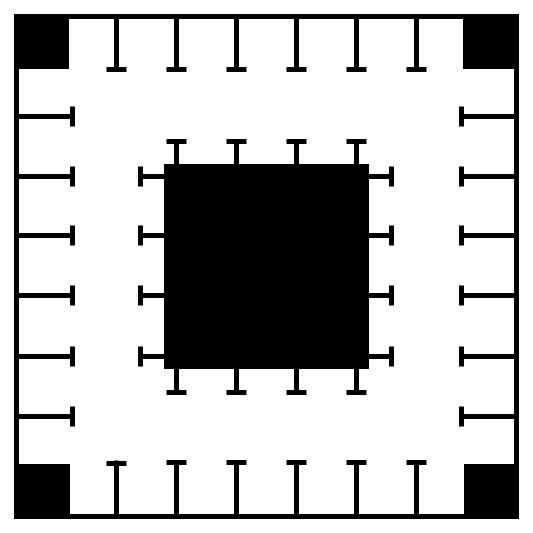
This is slam/office.drawio from LeAnhChien-1903/dwa_multi_robot, a draw.io file, before an edit. Source tidied: cells renumbered, new cells numbered last; positions are measured from the earlier drawing's top-left corner, leaving out a move shared by most shapes. Both pictures are drawn from the tidied source at 100%, with x=0, y=0 at pixel (16, 16).
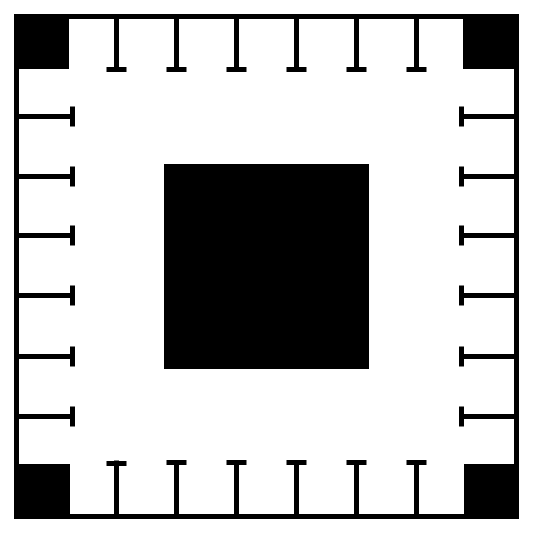
The same page after the edit.

What changed in the source:
```diff
@@
-    <mxCell id="56" style="endArrow=none;html=1;rounded=0;labelBackgroundColor=default;strokeColor=default;strokeWidth=5;align=center;verticalAlign=middle;fontFamily=Helvetica;fontSize=12;fontColor=default;shape=connector;" parent="1" edge="1">
-      <mxGeometry relative="1" as="geometry">
-        <mxPoint x="177" y="160" as="sourcePoint" />
-        <mxPoint x="122" y="160" as="targetPoint" />
-      </mxGeometry>
-    </mxCell>
-    <mxCell id="57" style="endArrow=none;html=1;rounded=0;labelBackgroundColor=default;strokeColor=default;strokeWidth=5;align=center;verticalAlign=middle;fontFamily=Helvetica;fontSize=12;fontColor=default;shape=connector;" parent="1" edge="1">
-      <mxGeometry relative="1" as="geometry">
-        <mxPoint x="177" y="219" as="sourcePoint" />
-        <mxPoint x="122" y="219" as="targetPoint" />
-      </mxGeometry>
-    </mxCell>
-    <mxCell id="58" style="endArrow=none;html=1;rounded=0;labelBackgroundColor=default;strokeColor=default;strokeWidth=5;align=center;verticalAlign=middle;fontFamily=Helvetica;fontSize=12;fontColor=default;shape=connector;" parent="1" edge="1">
-      <mxGeometry relative="1" as="geometry">
-        <mxPoint x="177" y="279" as="sourcePoint" />
-        <mxPoint x="122" y="279" as="targetPoint" />
-      </mxGeometry>
-    </mxCell>
-    <mxCell id="59" style="endArrow=none;html=1;rounded=0;labelBackgroundColor=default;strokeColor=default;strokeWidth=5;align=center;verticalAlign=middle;fontFamily=Helvetica;fontSize=12;fontColor=default;shape=connector;" parent="1" edge="1">
-      <mxGeometry relative="1" as="geometry">
-        <mxPoint x="177" y="340" as="sourcePoint" />
-        <mxPoint x="122" y="340" as="targetPoint" />
-      </mxGeometry>
-    </mxCell>
-    <mxCell id="60" style="endArrow=none;html=1;rounded=0;labelBackgroundColor=default;strokeColor=default;strokeWidth=5;align=center;verticalAlign=middle;fontFamily=Helvetica;fontSize=12;fontColor=default;shape=connector;" parent="1" edge="1">
-      <mxGeometry relative="1" as="geometry">
-        <mxPoint x="124" y="170" as="sourcePoint" />
-        <mxPoint x="124" y="150" as="targetPoint" />
-      </mxGeometry>
-    </mxCell>
-    <mxCell id="61" style="endArrow=none;html=1;rounded=0;labelBackgroundColor=default;strokeColor=default;strokeWidth=5;align=center;verticalAlign=middle;fontFamily=Helvetica;fontSize=12;fontColor=default;shape=connector;" parent="1" edge="1">
-      <mxGeometry relative="1" as="geometry">
-        <mxPoint x="124" y="229" as="sourcePoint" />
-        <mxPoint x="124" y="209" as="targetPoint" />
-      </mxGeometry>
-    </mxCell>
-    <mxCell id="62" style="endArrow=none;html=1;rounded=0;labelBackgroundColor=default;strokeColor=default;strokeWidth=5;align=center;verticalAlign=middle;fontFamily=Helvetica;fontSize=12;fontColor=default;shape=connector;" parent="1" edge="1">
-      <mxGeometry relative="1" as="geometry">
-        <mxPoint x="124" y="289" as="sourcePoint" />
-        <mxPoint x="124" y="269" as="targetPoint" />
-      </mxGeometry>
-    </mxCell>
-    <mxCell id="63" style="endArrow=none;html=1;rounded=0;labelBackgroundColor=default;strokeColor=default;strokeWidth=5;align=center;verticalAlign=middle;fontFamily=Helvetica;fontSize=12;fontColor=default;shape=connector;" parent="1" edge="1">
-      <mxGeometry relative="1" as="geometry">
-        <mxPoint x="124" y="350" as="sourcePoint" />
-        <mxPoint x="124" y="330" as="targetPoint" />
-      </mxGeometry>
-    </mxCell>
-    <mxCell id="64" style="endArrow=none;html=1;rounded=0;labelBackgroundColor=default;strokeColor=default;strokeWidth=5;align=center;verticalAlign=middle;fontFamily=Helvetica;fontSize=12;fontColor=default;shape=connector;" parent="1" edge="1">
-      <mxGeometry relative="1" as="geometry">
-        <mxPoint x="160" y="378" as="sourcePoint" />
-        <mxPoint x="160" y="323" as="targetPoint" />
-      </mxGeometry>
-    </mxCell>
-    <mxCell id="65" style="endArrow=none;html=1;rounded=0;labelBackgroundColor=default;strokeColor=default;strokeWidth=5;align=center;verticalAlign=middle;fontFamily=Helvetica;fontSize=12;fontColor=default;shape=connector;" parent="1" edge="1">
-      <mxGeometry relative="1" as="geometry">
-        <mxPoint x="170" y="376" as="sourcePoint" />
-        <mxPoint x="150" y="376" as="targetPoint" />
-      </mxGeometry>
-    </mxCell>
-    <mxCell id="66" style="endArrow=none;html=1;rounded=0;labelBackgroundColor=default;strokeColor=default;strokeWidth=5;align=center;verticalAlign=middle;fontFamily=Helvetica;fontSize=12;fontColor=default;shape=connector;" parent="1" edge="1">
-      <mxGeometry relative="1" as="geometry">
-        <mxPoint x="220" y="378" as="sourcePoint" />
-        <mxPoint x="220" y="323" as="targetPoint" />
-      </mxGeometry>
-    </mxCell>
-    <mxCell id="67" style="endArrow=none;html=1;rounded=0;labelBackgroundColor=default;strokeColor=default;strokeWidth=5;align=center;verticalAlign=middle;fontFamily=Helvetica;fontSize=12;fontColor=default;shape=connector;" parent="1" edge="1">
-      <mxGeometry relative="1" as="geometry">
-        <mxPoint x="230" y="376" as="sourcePoint" />
-        <mxPoint x="210" y="376" as="targetPoint" />
-      </mxGeometry>
-    </mxCell>
-    <mxCell id="68" style="endArrow=none;html=1;rounded=0;labelBackgroundColor=default;strokeColor=default;strokeWidth=5;align=center;verticalAlign=middle;fontFamily=Helvetica;fontSize=12;fontColor=default;shape=connector;" parent="1" edge="1">
-      <mxGeometry relative="1" as="geometry">
-        <mxPoint x="280" y="378" as="sourcePoint" />
-        <mxPoint x="280" y="323" as="targetPoint" />
-      </mxGeometry>
-    </mxCell>
-    <mxCell id="69" style="endArrow=none;html=1;rounded=0;labelBackgroundColor=default;strokeColor=default;strokeWidth=5;align=center;verticalAlign=middle;fontFamily=Helvetica;fontSize=12;fontColor=default;shape=connector;" parent="1" edge="1">
-      <mxGeometry relative="1" as="geometry">
-        <mxPoint x="290" y="376" as="sourcePoint" />
-        <mxPoint x="270" y="376" as="targetPoint" />
-      </mxGeometry>
-    </mxCell>
-    <mxCell id="70" style="endArrow=none;html=1;rounded=0;labelBackgroundColor=default;strokeColor=default;strokeWidth=5;align=center;verticalAlign=middle;fontFamily=Helvetica;fontSize=12;fontColor=default;shape=connector;" parent="1" edge="1">
-      <mxGeometry relative="1" as="geometry">
-        <mxPoint x="340" y="378" as="sourcePoint" />
-        <mxPoint x="340" y="323" as="targetPoint" />
-      </mxGeometry>
-    </mxCell>
-    <mxCell id="71" style="endArrow=none;html=1;rounded=0;labelBackgroundColor=default;strokeColor=default;strokeWidth=5;align=center;verticalAlign=middle;fontFamily=Helvetica;fontSize=12;fontColor=default;shape=connector;" parent="1" edge="1">
-      <mxGeometry relative="1" as="geometry">
-        <mxPoint x="350" y="376" as="sourcePoint" />
-        <mxPoint x="330" y="376" as="targetPoint" />
-      </mxGeometry>
-    </mxCell>
-    <mxCell id="72" style="endArrow=none;html=1;rounded=0;labelBackgroundColor=default;strokeColor=default;strokeWidth=5;align=center;verticalAlign=middle;fontFamily=Helvetica;fontSize=12;fontColor=default;shape=connector;" parent="1" edge="1">
-      <mxGeometry relative="1" as="geometry">
-        <mxPoint x="160" y="178" as="sourcePoint" />
-        <mxPoint x="160" y="123" as="targetPoint" />
-      </mxGeometry>
-    </mxCell>
-    <mxCell id="73" style="endArrow=none;html=1;rounded=0;labelBackgroundColor=default;strokeColor=default;strokeWidth=5;align=center;verticalAlign=middle;fontFamily=Helvetica;fontSize=12;fontColor=default;shape=connector;" parent="1" edge="1">
-      <mxGeometry relative="1" as="geometry">
-        <mxPoint x="220" y="178" as="sourcePoint" />
-        <mxPoint x="220" y="123" as="targetPoint" />
-      </mxGeometry>
-    </mxCell>
-    <mxCell id="74" style="endArrow=none;html=1;rounded=0;labelBackgroundColor=default;strokeColor=default;strokeWidth=5;align=center;verticalAlign=middle;fontFamily=Helvetica;fontSize=12;fontColor=default;shape=connector;" parent="1" edge="1">
-      <mxGeometry relative="1" as="geometry">
-        <mxPoint x="280" y="178" as="sourcePoint" />
-        <mxPoint x="280" y="123" as="targetPoint" />
-      </mxGeometry>
-    </mxCell>
-    <mxCell id="75" style="endArrow=none;html=1;rounded=0;labelBackgroundColor=default;strokeColor=default;strokeWidth=5;align=center;verticalAlign=middle;fontFamily=Helvetica;fontSize=12;fontColor=default;shape=connector;" parent="1" edge="1">
-      <mxGeometry relative="1" as="geometry">
-        <mxPoint x="340" y="178" as="sourcePoint" />
-        <mxPoint x="340" y="123" as="targetPoint" />
-      </mxGeometry>
-    </mxCell>
-    <mxCell id="76" style="endArrow=none;html=1;rounded=0;labelBackgroundColor=default;strokeColor=default;strokeWidth=5;align=center;verticalAlign=middle;fontFamily=Helvetica;fontSize=12;fontColor=default;shape=connector;" parent="1" edge="1">
-      <mxGeometry relative="1" as="geometry">
-        <mxPoint x="170" y="125" as="sourcePoint" />
-        <mxPoint x="150" y="125" as="targetPoint" />
-      </mxGeometry>
-    </mxCell>
-    <mxCell id="77" style="endArrow=none;html=1;rounded=0;labelBackgroundColor=default;strokeColor=default;strokeWidth=5;align=center;verticalAlign=middle;fontFamily=Helvetica;fontSize=12;fontColor=default;shape=connector;" parent="1" edge="1">
-      <mxGeometry relative="1" as="geometry">
-        <mxPoint x="230" y="125" as="sourcePoint" />
-        <mxPoint x="210" y="125" as="targetPoint" />
-      </mxGeometry>
-    </mxCell>
-    <mxCell id="78" style="endArrow=none;html=1;rounded=0;labelBackgroundColor=default;strokeColor=default;strokeWidth=5;align=center;verticalAlign=middle;fontFamily=Helvetica;fontSize=12;fontColor=default;shape=connector;" parent="1" edge="1">
-      <mxGeometry relative="1" as="geometry">
-        <mxPoint x="290" y="125" as="sourcePoint" />
-        <mxPoint x="270" y="125" as="targetPoint" />
-      </mxGeometry>
-    </mxCell>
-    <mxCell id="79" style="endArrow=none;html=1;rounded=0;labelBackgroundColor=default;strokeColor=default;strokeWidth=5;align=center;verticalAlign=middle;fontFamily=Helvetica;fontSize=12;fontColor=default;shape=connector;" parent="1" edge="1">
-      <mxGeometry relative="1" as="geometry">
-        <mxPoint x="350" y="125" as="sourcePoint" />
-        <mxPoint x="330" y="125" as="targetPoint" />
-      </mxGeometry>
-    </mxCell>
-    <mxCell id="80" style="endArrow=none;html=1;rounded=0;labelBackgroundColor=default;strokeColor=default;strokeWidth=5;align=center;verticalAlign=middle;fontFamily=Helvetica;fontSize=12;fontColor=default;shape=connector;" parent="1" edge="1">
-      <mxGeometry relative="1" as="geometry">
-        <mxPoint x="374" y="160" as="sourcePoint" />
-        <mxPoint x="319" y="160" as="targetPoint" />
-      </mxGeometry>
-    </mxCell>
-    <mxCell id="81" style="endArrow=none;html=1;rounded=0;labelBackgroundColor=default;strokeColor=default;strokeWidth=5;align=center;verticalAlign=middle;fontFamily=Helvetica;fontSize=12;fontColor=default;shape=connector;" parent="1" edge="1">
-      <mxGeometry relative="1" as="geometry">
-        <mxPoint x="375" y="170" as="sourcePoint" />
-        <mxPoint x="375" y="150" as="targetPoint" />
-      </mxGeometry>
-    </mxCell>
-    <mxCell id="82" style="endArrow=none;html=1;rounded=0;labelBackgroundColor=default;strokeColor=default;strokeWidth=5;align=center;verticalAlign=middle;fontFamily=Helvetica;fontSize=12;fontColor=default;shape=connector;" parent="1" edge="1">
-      <mxGeometry relative="1" as="geometry">
-        <mxPoint x="374" y="219" as="sourcePoint" />
-        <mxPoint x="319" y="219" as="targetPoint" />
-      </mxGeometry>
-    </mxCell>
-    <mxCell id="83" style="endArrow=none;html=1;rounded=0;labelBackgroundColor=default;strokeColor=default;strokeWidth=5;align=center;verticalAlign=middle;fontFamily=Helvetica;fontSize=12;fontColor=default;shape=connector;" parent="1" edge="1">
-      <mxGeometry relative="1" as="geometry">
-        <mxPoint x="375" y="229" as="sourcePoint" />
-        <mxPoint x="375" y="209" as="targetPoint" />
-      </mxGeometry>
-    </mxCell>
-    <mxCell id="84" style="endArrow=none;html=1;rounded=0;labelBackgroundColor=default;strokeColor=default;strokeWidth=5;align=center;verticalAlign=middle;fontFamily=Helvetica;fontSize=12;fontColor=default;shape=connector;" parent="1" edge="1">
-      <mxGeometry relative="1" as="geometry">
-        <mxPoint x="374" y="279" as="sourcePoint" />
-        <mxPoint x="319" y="279" as="targetPoint" />
-      </mxGeometry>
-    </mxCell>
-    <mxCell id="85" style="endArrow=none;html=1;rounded=0;labelBackgroundColor=default;strokeColor=default;strokeWidth=5;align=center;verticalAlign=middle;fontFamily=Helvetica;fontSize=12;fontColor=default;shape=connector;" parent="1" edge="1">
-      <mxGeometry relative="1" as="geometry">
-        <mxPoint x="375" y="289" as="sourcePoint" />
-        <mxPoint x="375" y="269" as="targetPoint" />
-      </mxGeometry>
-    </mxCell>
-    <mxCell id="86" style="endArrow=none;html=1;rounded=0;labelBackgroundColor=default;strokeColor=default;strokeWidth=5;align=center;verticalAlign=middle;fontFamily=Helvetica;fontSize=12;fontColor=default;shape=connector;" parent="1" edge="1">
-      <mxGeometry relative="1" as="geometry">
-        <mxPoint x="374" y="340" as="sourcePoint" />
-        <mxPoint x="319" y="340" as="targetPoint" />
-      </mxGeometry>
-    </mxCell>
-    <mxCell id="87" style="endArrow=none;html=1;rounded=0;labelBackgroundColor=default;strokeColor=default;strokeWidth=5;align=center;verticalAlign=middle;fontFamily=Helvetica;fontSize=12;fontColor=default;shape=connector;" parent="1" edge="1">
-      <mxGeometry relative="1" as="geometry">
-        <mxPoint x="375" y="350" as="sourcePoint" />
-        <mxPoint x="375" y="330" as="targetPoint" />
-      </mxGeometry>
-    </mxCell>
```
